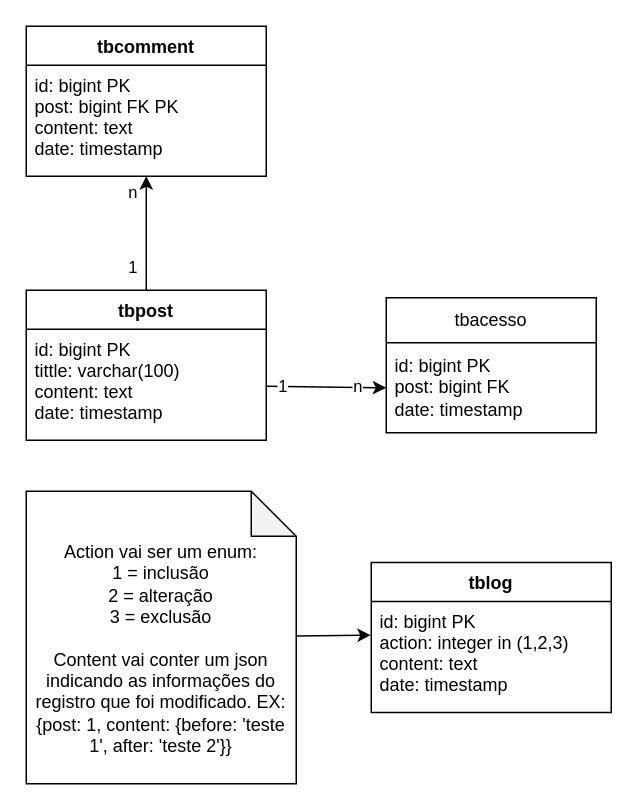
The draw.io diagram diagramas/diagrama_er.drawio in DavidRusycki/news-laravel, before the edit. Source tidied: cells renumbered, new cells numbered last; positions are measured from the earlier drawing's top-left corner, leaving out a move shared by most shapes. Both pictures are drawn from the tidied source at 150%, with x=0, y=0 at pixel (26, 26).
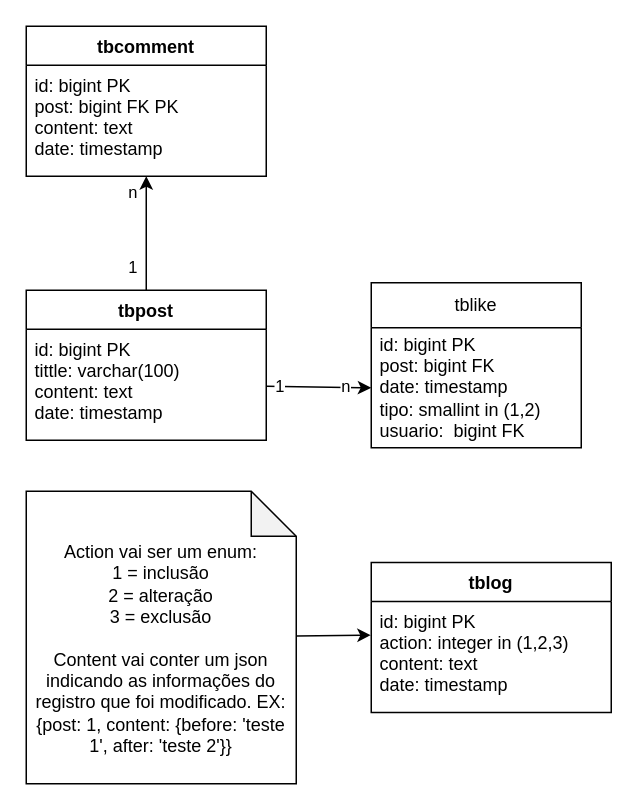
After the change.

Commit message (it also covers changes not shown here):
modificação no modelo de dados para permitir logs

Change to the diagram source:
```diff
@@
-    <mxCell id="13" value="tbacesso" style="swimlane;fontStyle=0;horizontal=1;startSize=30;whiteSpace=wrap;html=1;" parent="1" vertex="1">
-      <mxGeometry x="240" y="181" width="140" height="90" as="geometry" />
+    <mxCell id="13" value="tblike" style="swimlane;fontStyle=0;horizontal=1;startSize=30;whiteSpace=wrap;html=1;" parent="1" vertex="1">
+      <mxGeometry x="230" y="171" width="140" height="110" as="geometry" />
     </mxCell>
-    <mxCell id="14" value="id: bigint PK&lt;br&gt;post: bigint FK&lt;br&gt;date: timestamp&amp;nbsp;" style="text;strokeColor=none;fillColor=none;align=left;verticalAlign=middle;spacingLeft=4;spacingRight=4;overflow=hidden;points=[[0,0.5],[1,0.5]];portConstraint=eastwest;whiteSpace=wrap;html=1;" parent="13" vertex="1">
-      <mxGeometry y="30" width="140" height="60" as="geometry" />
+    <mxCell id="14" value="id: bigint PK&lt;br&gt;post: bigint FK&lt;br&gt;date: timestamp&amp;nbsp;&lt;br&gt;tipo: smallint in (1,2)&lt;br&gt;usuario:&amp;nbsp; bigint FK" style="text;strokeColor=none;fillColor=none;align=left;verticalAlign=middle;spacingLeft=4;spacingRight=4;overflow=hidden;points=[[0,0.5],[1,0.5]];portConstraint=eastwest;whiteSpace=wrap;html=1;" parent="13" vertex="1">
+      <mxGeometry y="30" width="140" height="80" as="geometry" />
     </mxCell>
```
